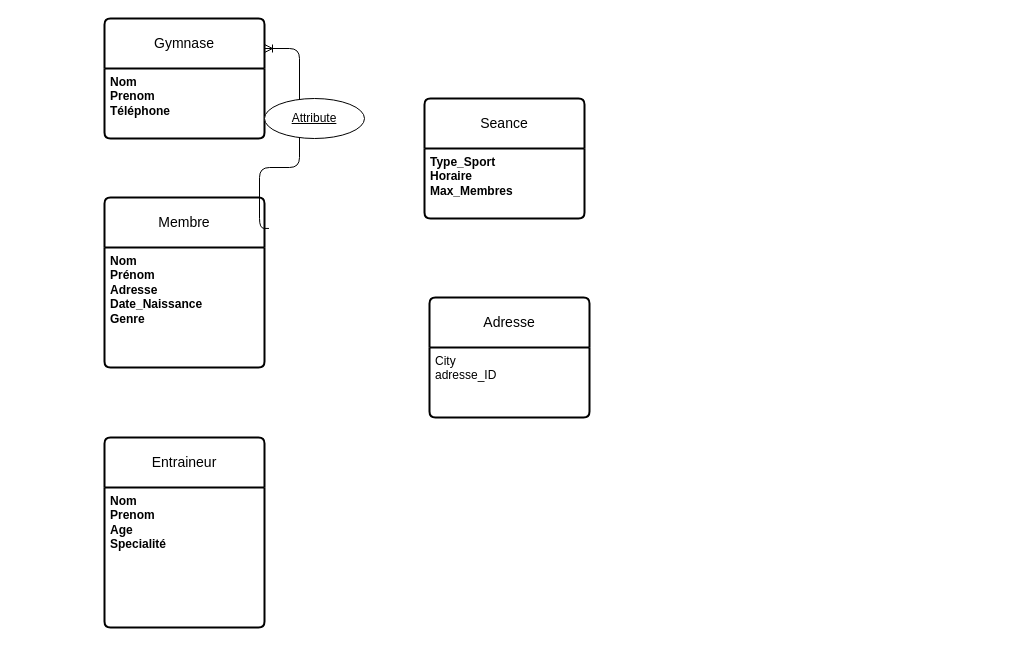
Above: database/gym.drawio in Lyes-ux/gomycode-checkout (draw.io), before the change. Source tidied: cells renumbered, new cells numbered last; positions are measured from the earlier drawing's top-left corner, leaving out a move shared by most shapes. Both pictures are drawn from the tidied source at 100%, with x=0, y=0 at pixel (104, 18).
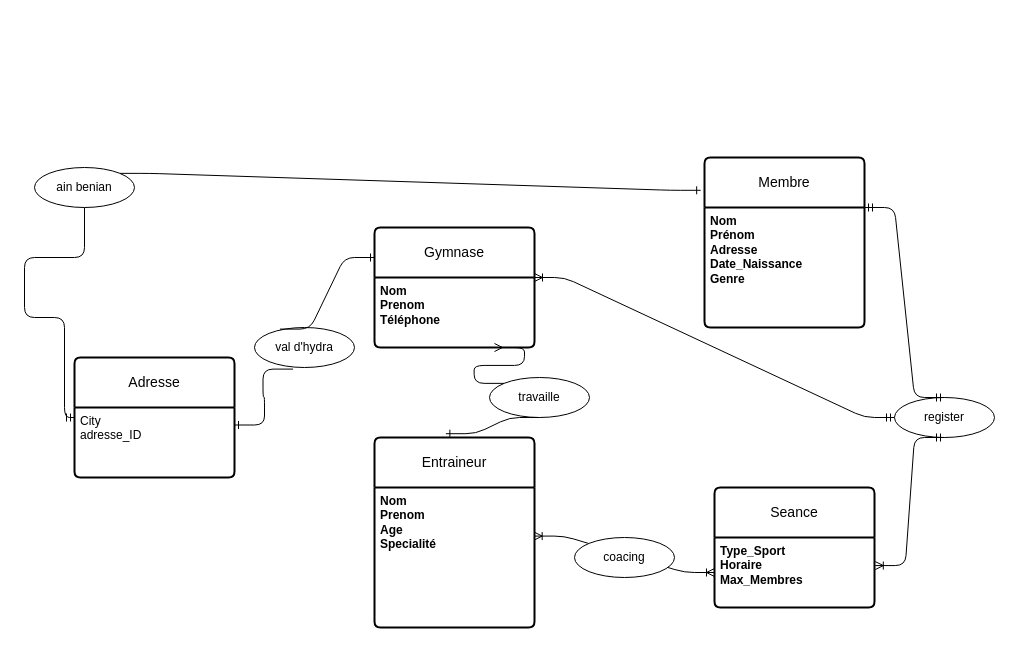
Above is the later version.

Commit message:
checkpoint Entity–relationship model

Unchanged cells that the change refers to:
```xml
<mxCell id="3" value="&lt;div&gt;&lt;strong&gt;&lt;strong&gt;Nom&lt;/strong&gt;&lt;/strong&gt;&lt;/div&gt;&lt;div&gt;&lt;b&gt;Prenom&lt;/b&gt;&lt;/div&gt;&lt;div&gt;&lt;strong&gt;&lt;strong&gt;&lt;strong&gt;&lt;strong&gt;Téléphone&lt;/strong&gt;&lt;/strong&gt;&lt;/strong&gt;&lt;/strong&gt;&lt;/div&gt;" style="align=left;strokeColor=none;fillColor=none;spacingLeft=4;fontSize=12;verticalAlign=top;html=1;" parent="2" vertex="1">
  <mxGeometry y="50" width="160" height="70" as="geometry" />
</mxCell>
<mxCell id="5" value="&lt;div&gt;&lt;strong&gt;Nom&lt;/strong&gt;&lt;/div&gt;&lt;div&gt;&lt;strong&gt;Prénom&lt;/strong&gt;&lt;/div&gt;&lt;div&gt;&lt;strong&gt;Adresse&lt;/strong&gt;&lt;/div&gt;&lt;div&gt;&lt;strong&gt;Date_Naissance&lt;/strong&gt;&lt;/div&gt;&lt;div&gt;&lt;strong&gt;&lt;strong&gt;Genre&lt;/strong&gt;&lt;/strong&gt;&lt;/div&gt;" style="align=left;strokeColor=none;fillColor=none;spacingLeft=4;fontSize=12;verticalAlign=top;html=1;" parent="4" vertex="1">
  <mxGeometry y="50" width="160" height="120" as="geometry" />
</mxCell>
<mxCell id="7" value="&lt;div&gt;&lt;div&gt;&lt;strong&gt;Nom&lt;/strong&gt;&lt;/div&gt;&lt;div&gt;&lt;strong&gt;Prenom&lt;/strong&gt;&lt;/div&gt;&lt;div&gt;&lt;strong&gt;Age&lt;/strong&gt;&lt;/div&gt;&lt;/div&gt;&lt;div&gt;&lt;strong&gt;Specialité&lt;/strong&gt;&lt;/div&gt;" style="align=left;strokeColor=none;fillColor=none;spacingLeft=4;fontSize=12;verticalAlign=top;html=1;" parent="6" vertex="1">
  <mxGeometry y="50" width="160" height="140" as="geometry" />
</mxCell>
<mxCell id="9" value="&lt;strong&gt;Type_Sport&lt;/strong&gt;&lt;div&gt;&lt;strong&gt;&lt;strong&gt;Horaire&lt;/strong&gt;&lt;/strong&gt;&lt;/div&gt;&lt;div&gt;&lt;strong&gt;&lt;strong&gt;&lt;strong&gt;Max_Membres&lt;/strong&gt;&lt;/strong&gt;&lt;/strong&gt;&lt;/div&gt;&lt;div&gt;&lt;strong&gt;&lt;strong&gt;&lt;br&gt;&lt;/strong&gt;&lt;/strong&gt;&lt;/div&gt;" style="align=left;strokeColor=none;fillColor=none;spacingLeft=4;fontSize=12;verticalAlign=top;html=1;" parent="8" vertex="1">
  <mxGeometry y="50" width="160" height="70" as="geometry" />
</mxCell>
<mxCell id="14" value="City&lt;div&gt;adresse_ID&lt;/div&gt;" style="align=left;strokeColor=none;fillColor=none;spacingLeft=4;fontSize=12;verticalAlign=top;html=1;" parent="13" vertex="1">
  <mxGeometry y="50" width="160" height="70" as="geometry" />
</mxCell>
```

What changed in the source:
```diff
@@
     <mxCell id="2" value="Gymnase" style="swimlane;horizontal=1;startSize=50;rounded=1;fontSize=14;fontStyle=0;strokeWidth=2;shadow=0;dashed=0;align=center;arcSize=4;whiteSpace=wrap;html=1;" parent="1" vertex="1">
-      <mxGeometry width="160" height="120" as="geometry" />
+      <mxGeometry x="270" y="209" width="160" height="120" as="geometry" />
     </mxCell>
@@
     <mxCell id="4" value="Membre" style="swimlane;horizontal=1;startSize=50;rounded=1;fontSize=14;fontStyle=0;strokeWidth=2;shadow=0;dashed=0;align=center;arcSize=4;whiteSpace=wrap;html=1;" parent="1" vertex="1">
-      <mxGeometry y="179" width="160" height="170" as="geometry" />
+      <mxGeometry x="600" y="139" width="160" height="170" as="geometry" />
     </mxCell>
@@
     <mxCell id="6" value="Entraineur" style="swimlane;horizontal=1;startSize=50;rounded=1;fontSize=14;fontStyle=0;strokeWidth=2;shadow=0;dashed=0;align=center;arcSize=4;whiteSpace=wrap;html=1;" parent="1" vertex="1">
-      <mxGeometry y="419" width="160" height="190" as="geometry" />
+      <mxGeometry x="270" y="419" width="160" height="190" as="geometry" />
     </mxCell>
@@
     <mxCell id="8" value="Seance" style="swimlane;horizontal=1;startSize=50;rounded=1;fontSize=14;fontStyle=0;strokeWidth=2;shadow=0;dashed=0;align=center;arcSize=4;whiteSpace=wrap;html=1;" parent="1" vertex="1">
-      <mxGeometry x="320" y="80" width="160" height="120" as="geometry" />
+      <mxGeometry x="610" y="469" width="160" height="120" as="geometry" />
     </mxCell>
@@
-    <mxCell id="11" style="edgeStyle=orthogonalEdgeStyle;fontSize=12;html=1;endArrow=ERoneToMany;entryX=1;entryY=0.25;entryDx=0;entryDy=0;exitX=1.028;exitY=0.182;exitDx=0;exitDy=0;exitPerimeter=0;" parent="1" edge="1" source="4" target="2">
-      <mxGeometry relative="1" as="geometry">
-        <Array as="points">
-          <mxPoint x="155" y="149" />
-          <mxPoint x="195" y="149" />
-          <mxPoint x="195" y="30" />
-        </Array>
-      </mxGeometry>
-    </mxCell>
-    <mxCell id="12" value="Attribute" style="ellipse;whiteSpace=wrap;html=1;align=center;fontStyle=4;" parent="1" vertex="1">
-      <mxGeometry x="160" y="80" width="100" height="40" as="geometry" />
-    </mxCell>
     <mxCell id="13" value="Adresse" style="swimlane;horizontal=1;startSize=50;rounded=1;fontSize=14;fontStyle=0;strokeWidth=2;shadow=0;dashed=0;align=center;arcSize=4;whiteSpace=wrap;html=1;" parent="1" vertex="1">
-      <mxGeometry x="325" y="279" width="160" height="120" as="geometry" />
+      <mxGeometry x="-30" y="339" width="160" height="120" as="geometry" />
     </mxCell>
@@
+    <mxCell id="15" value="travaille" style="ellipse;whiteSpace=wrap;html=1;align=center;" parent="1" vertex="1">
+      <mxGeometry x="385" y="359" width="100" height="40" as="geometry" />
+    </mxCell>
+    <mxCell id="16" style="edgeStyle=orthogonalEdgeStyle;fontSize=12;html=1;endArrow=ERmandOne;entryX=0;entryY=0.5;entryDx=0;entryDy=0;" parent="1" edge="1" source="17" target="13">
+      <mxGeometry relative="1" as="geometry">
+        <Array as="points">
+          <mxPoint x="-80" y="239" />
+          <mxPoint x="-80" y="299" />
+          <mxPoint x="-40" y="299" />
+          <mxPoint x="-40" y="399" />
+        </Array>
+      </mxGeometry>
+    </mxCell>
+    <mxCell id="17" value="ain benian" style="ellipse;whiteSpace=wrap;html=1;align=center;" parent="1" vertex="1">
+      <mxGeometry x="-70" y="149" width="100" height="40" as="geometry" />
+    </mxCell>
+    <mxCell id="18" style="edgeStyle=entityRelationEdgeStyle;fontSize=12;html=1;endArrow=ERone;endFill=1;entryX=-0.024;entryY=0.193;entryDx=0;entryDy=0;entryPerimeter=0;exitX=1;exitY=0;exitDx=0;exitDy=0;" parent="1" edge="1" source="17" target="4">
+      <mxGeometry relative="1" as="geometry" />
+    </mxCell>
+    <mxCell id="19" value="register" style="ellipse;whiteSpace=wrap;html=1;align=center;" parent="1" vertex="1">
+      <mxGeometry x="790" y="379" width="100" height="40" as="geometry" />
+    </mxCell>
+    <mxCell id="20" style="edgeStyle=entityRelationEdgeStyle;fontSize=12;html=1;endArrow=ERmandOne;startArrow=ERmandOne;entryX=1;entryY=0;entryDx=0;entryDy=0;exitX=0.5;exitY=0;exitDx=0;exitDy=0;" parent="1" edge="1" source="19" target="5">
+      <mxGeometry relative="1" as="geometry" />
+    </mxCell>
+    <mxCell id="21" style="edgeStyle=entityRelationEdgeStyle;fontSize=12;html=1;endArrow=ERoneToMany;startArrow=ERmandOne;entryX=1;entryY=0;entryDx=0;entryDy=0;exitX=0;exitY=0.5;exitDx=0;exitDy=0;" parent="1" edge="1" source="19" target="3">
+      <mxGeometry relative="1" as="geometry">
+        <Array as="points">
+          <mxPoint x="580" y="379" />
+        </Array>
+      </mxGeometry>
+    </mxCell>
+    <mxCell id="22" style="edgeStyle=entityRelationEdgeStyle;fontSize=12;html=1;endArrow=ERoneToMany;startArrow=ERoneToMany;exitX=0.998;exitY=0.347;exitDx=0;exitDy=0;exitPerimeter=0;entryX=0;entryY=0.5;entryDx=0;entryDy=0;" parent="1" edge="1" source="7" target="9">
+      <mxGeometry relative="1" as="geometry" />
+    </mxCell>
+    <mxCell id="23" value="coacing" style="ellipse;whiteSpace=wrap;html=1;align=center;" parent="1" vertex="1">
+      <mxGeometry x="470" y="519" width="100" height="40" as="geometry" />
+    </mxCell>
+    <mxCell id="24" value="val d'hydra" style="ellipse;whiteSpace=wrap;html=1;align=center;" parent="1" vertex="1">
+      <mxGeometry x="150" y="309" width="100" height="40" as="geometry" />
+    </mxCell>
+    <mxCell id="25" style="edgeStyle=entityRelationEdgeStyle;fontSize=12;html=1;endArrow=ERoneToMany;startArrow=ERmandOne;entryX=1.005;entryY=0.401;entryDx=0;entryDy=0;entryPerimeter=0;exitX=0.5;exitY=1;exitDx=0;exitDy=0;" parent="1" edge="1" source="19" target="9">
+      <mxGeometry relative="1" as="geometry" />
+    </mxCell>
+    <mxCell id="26" style="edgeStyle=entityRelationEdgeStyle;fontSize=12;html=1;endArrow=ERone;endFill=1;entryX=0;entryY=0.25;entryDx=0;entryDy=0;exitX=0.255;exitY=0.04;exitDx=0;exitDy=0;exitPerimeter=0;" parent="1" edge="1" source="24" target="2">
+      <mxGeometry relative="1" as="geometry" />
+    </mxCell>
+    <mxCell id="27" style="edgeStyle=entityRelationEdgeStyle;fontSize=12;html=1;endArrow=ERone;endFill=1;entryX=1;entryY=0.25;entryDx=0;entryDy=0;exitX=0.385;exitY=1.04;exitDx=0;exitDy=0;exitPerimeter=0;" parent="1" edge="1" source="24" target="14">
+      <mxGeometry relative="1" as="geometry" />
+    </mxCell>
+    <mxCell id="28" style="edgeStyle=entityRelationEdgeStyle;fontSize=12;html=1;endArrow=ERone;endFill=1;entryX=0.446;entryY=-0.02;entryDx=0;entryDy=0;entryPerimeter=0;exitX=0.5;exitY=1;exitDx=0;exitDy=0;" parent="1" edge="1" source="15" target="6">
+      <mxGeometry relative="1" as="geometry" />
+    </mxCell>
+    <mxCell id="29" style="edgeStyle=entityRelationEdgeStyle;fontSize=12;html=1;endArrow=ERmany;entryX=0.75;entryY=1;entryDx=0;entryDy=0;exitX=0;exitY=0;exitDx=0;exitDy=0;" parent="1" edge="1" source="15" target="3">
+      <mxGeometry relative="1" as="geometry" />
+    </mxCell>
```
